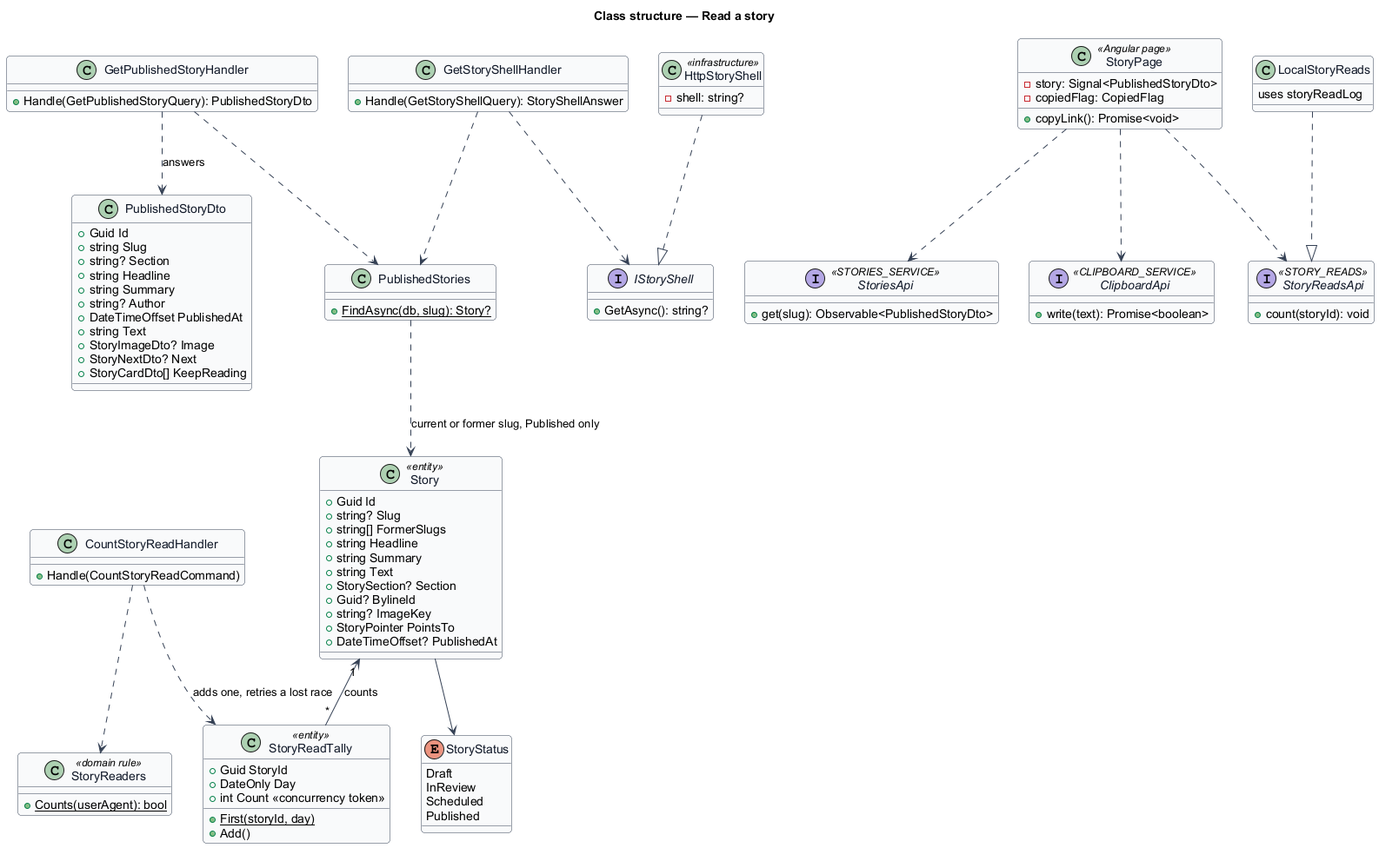
Before: docs/detailed-designs/news/read-story/diagrams/class.png, a diagram exported from PlantUML (QuinntyneBrown/christian-fitness).
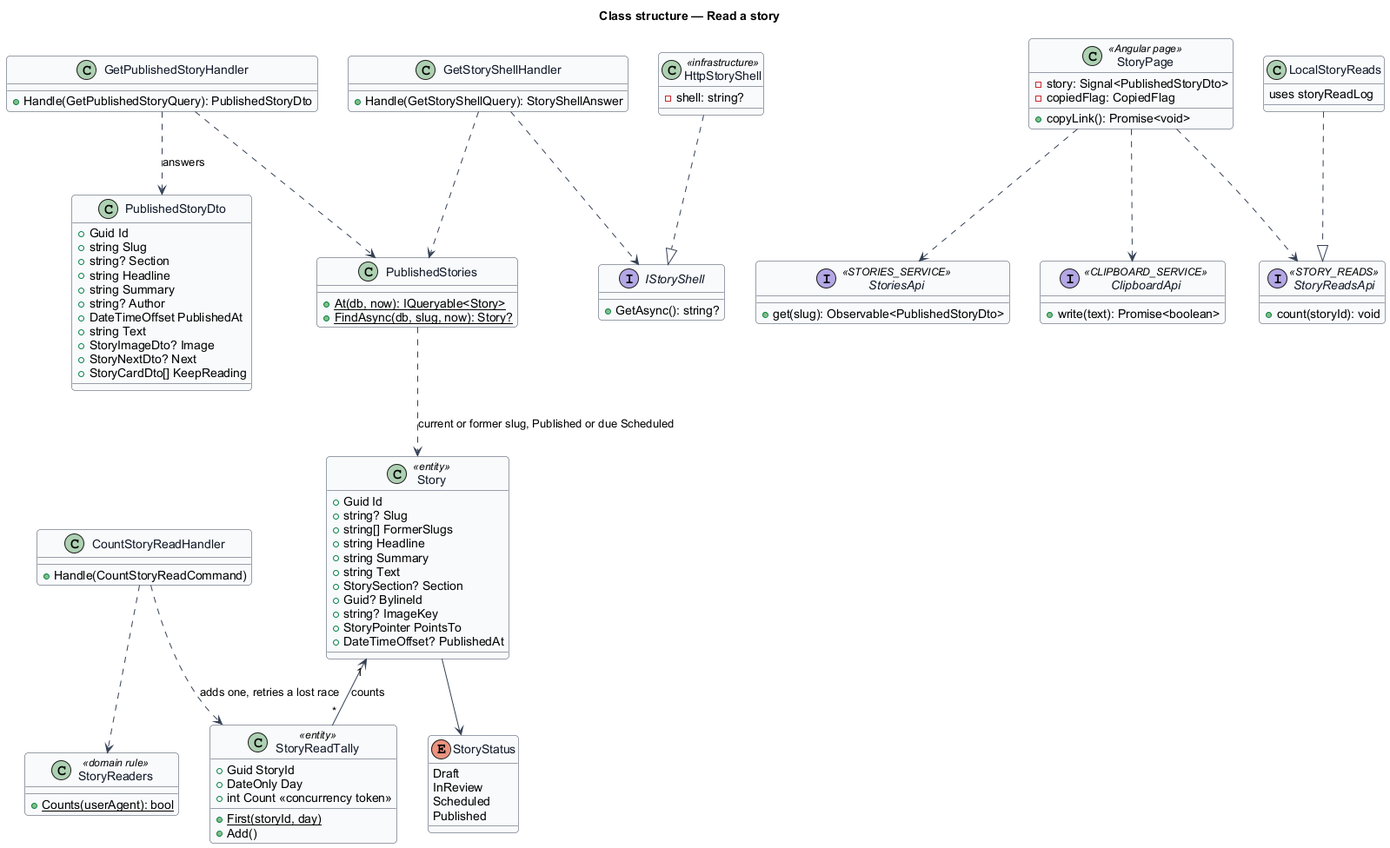
Above is the later version.

The edit, as a diff of the source:
```diff
@@ -41,7 +41,8 @@
   +{static} Counts(userAgent): bool
 }
 class PublishedStories {
-  +{static} FindAsync(db, slug): Story?
+  +{static} At(db, now): IQueryable<Story>
+  +{static} FindAsync(db, slug, now): Story?
 }
 class GetPublishedStoryHandler {
   +Handle(GetPublishedStoryQuery): PublishedStoryDto
@@ -90,7 +91,7 @@
 }
 Story --> StoryStatus
 Story "1" <-- "*" StoryReadTally : counts
-PublishedStories ..> Story : current or former slug, Published only
+PublishedStories ..> Story : current or former slug, Published or due Scheduled
 GetPublishedStoryHandler ..> PublishedStories
 GetPublishedStoryHandler ..> PublishedStoryDto : answers
 GetStoryShellHandler ..> PublishedStories
```
